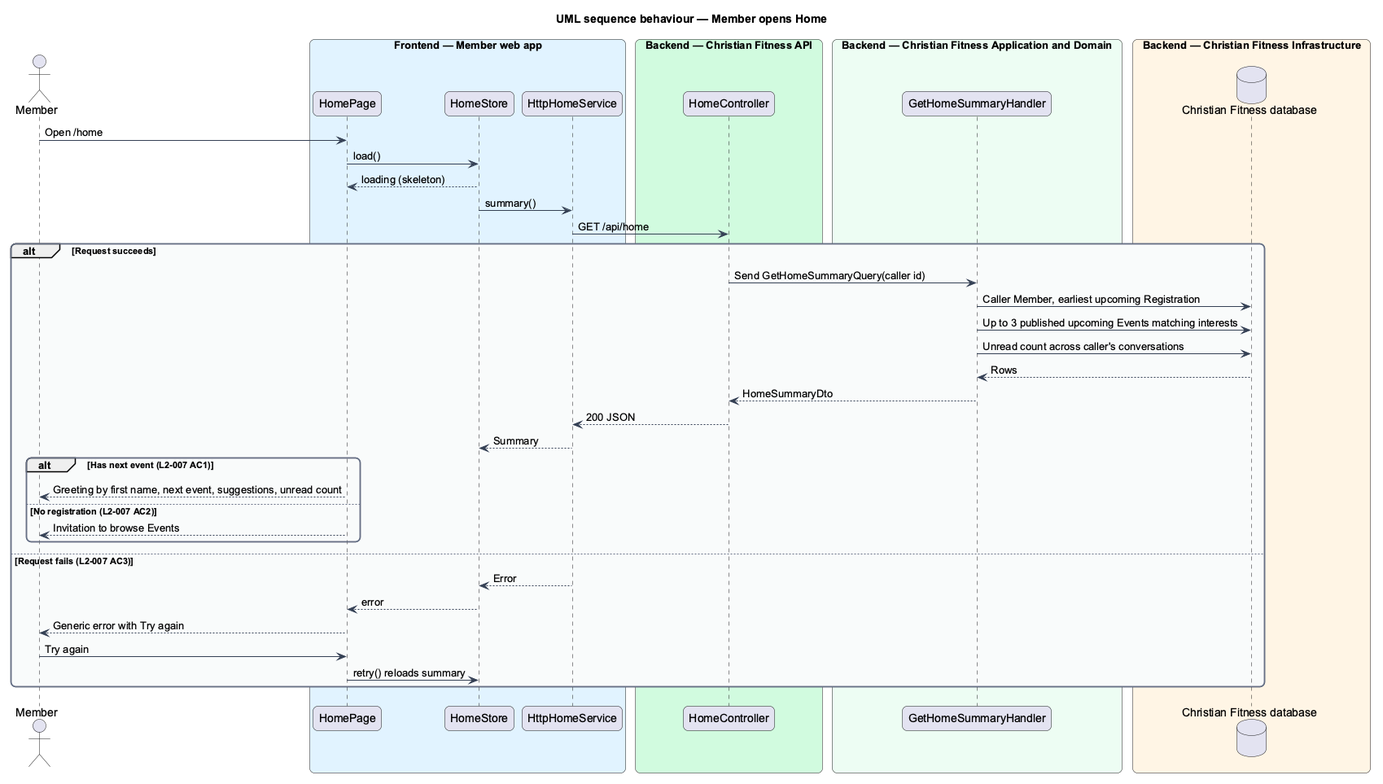
QuinntyneBrown/christian-fitness keeps this PlantUML diagram as docs/detailed-designs/member-home/view-home/diagrams/sequence-view-home.png. Above is the earlier version.
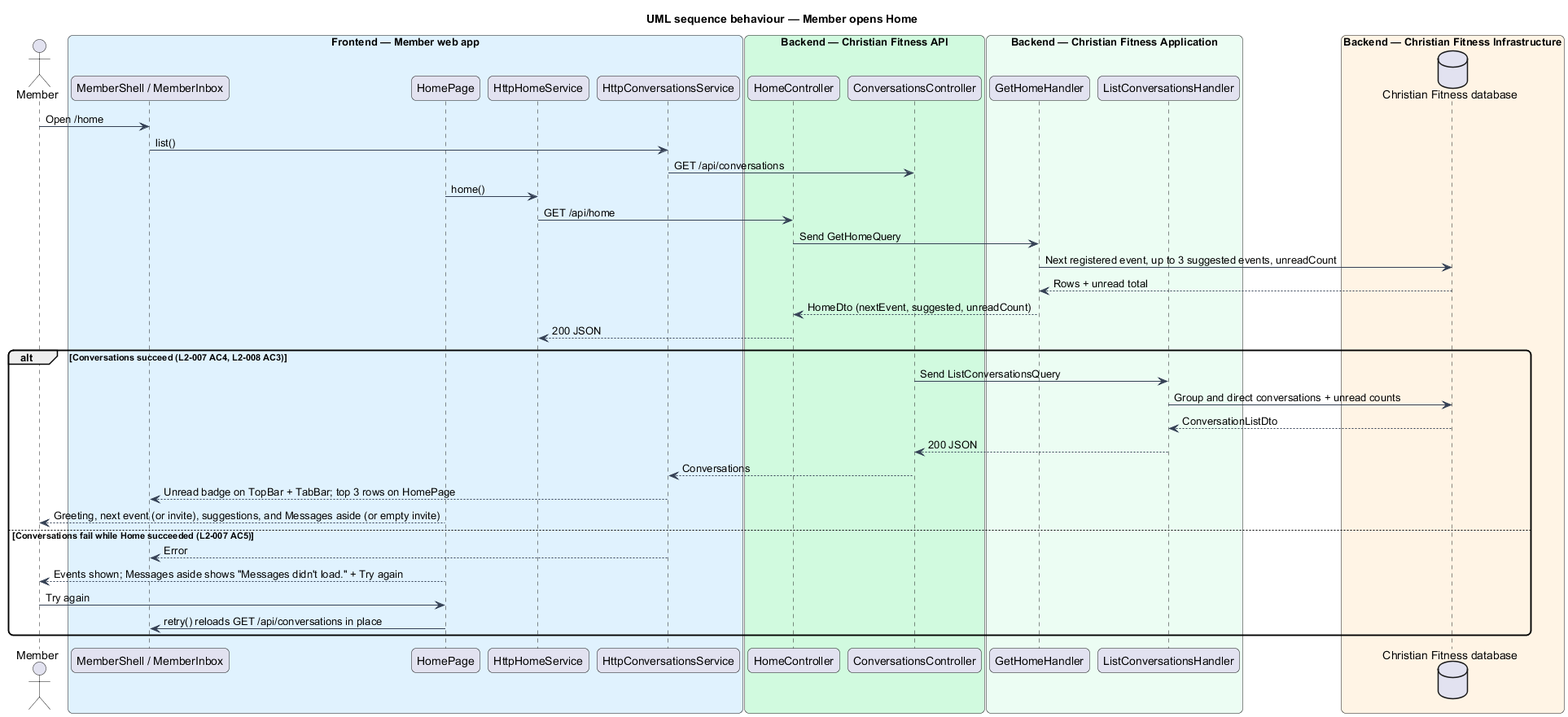
Above is the later version.

Change to the diagram source:
```diff
@@ -5,54 +5,46 @@
 skinparam roundcorner 12
 skinparam defaultFontName Arial
 skinparam ArrowColor #344054
-skinparam rectangle {
-  BorderColor #344054
-  FontColor #101828
-}
-skinparam package {
-  BorderColor #667085
-  FontColor #101828
-  BackgroundColor #F9FAFB
-}
 actor "Member" as actor
 box "Frontend — Member web app" #E0F2FE
+  participant "MemberShell / MemberInbox" as shell
   participant "HomePage" as page
-  participant "HomeStore" as store
-  participant "HttpHomeService" as client
+  participant "HttpHomeService" as homeClient
+  participant "HttpConversationsService" as convClient
 end box
 box "Backend — Christian Fitness API" #D1FADF
-  participant "HomeController" as ctrl
+  participant "HomeController" as homeCtrl
+  participant "ConversationsController" as convCtrl
 end box
-box "Backend — Christian Fitness Application and Domain" #ECFDF3
-  participant "GetHomeSummaryHandler" as h
+box "Backend — Christian Fitness Application" #ECFDF3
+  participant "GetHomeHandler" as homeH
+  participant "ListConversationsHandler" as convH
 end box
 box "Backend — Christian Fitness Infrastructure" #FFF4E5
   database "Christian Fitness database" as db
 end box
-actor -> page : Open /home
-page -> store : load()
-store --> page : loading (skeleton)
-store -> client : summary()
-client -> ctrl : GET /api/home
-alt Request succeeds
-  ctrl -> h : Send GetHomeSummaryQuery(caller id)
-  h -> db : Caller Member, earliest upcoming Registration
-  h -> db : Up to 3 published upcoming Events matching interests
-  h -> db : Unread count across caller's conversations
-  db --> h : Rows
-  h --> ctrl : HomeSummaryDto
-  ctrl --> client : 200 JSON
-  client --> store : Summary
-  alt Has next event (L2-007 AC1)
-    page --> actor : Greeting by first name, next event, suggestions, unread count
-  else No registration (L2-007 AC2)
-    page --> actor : Invitation to browse Events
-  end
-else Request fails (L2-007 AC3)
-  client --> store : Error
-  store --> page : error
-  page --> actor : Generic error with Try again
+actor -> shell : Open /home
+shell -> convClient : list()
+convClient -> convCtrl : GET /api/conversations
+page -> homeClient : home()
+homeClient -> homeCtrl : GET /api/home
+homeCtrl -> homeH : Send GetHomeQuery
+homeH -> db : Next registered event, up to 3 suggested events, unreadCount
+db --> homeH : Rows + unread total
+homeH --> homeCtrl : HomeDto (nextEvent, suggested, unreadCount)
+homeCtrl --> homeClient : 200 JSON
+alt Conversations succeed (L2-007 AC4, L2-008 AC3)
+  convCtrl -> convH : Send ListConversationsQuery
+  convH -> db : Group and direct conversations + unread counts
+  db --> convH : ConversationListDto
+  convH --> convCtrl : 200 JSON
+  convCtrl --> convClient : Conversations
+  convClient --> shell : Unread badge on TopBar + TabBar; top 3 rows on HomePage
+  page --> actor : Greeting, next event (or invite), suggestions, and Messages aside (or empty invite)
+else Conversations fail while Home succeeded (L2-007 AC5)
+  convClient --> shell : Error
+  page --> actor : Events shown; Messages aside shows "Messages didn't load." + Try again
   actor -> page : Try again
-  page -> store : retry() reloads summary
+  page -> shell : retry() reloads GET /api/conversations in place
 end
 @enduml
```
